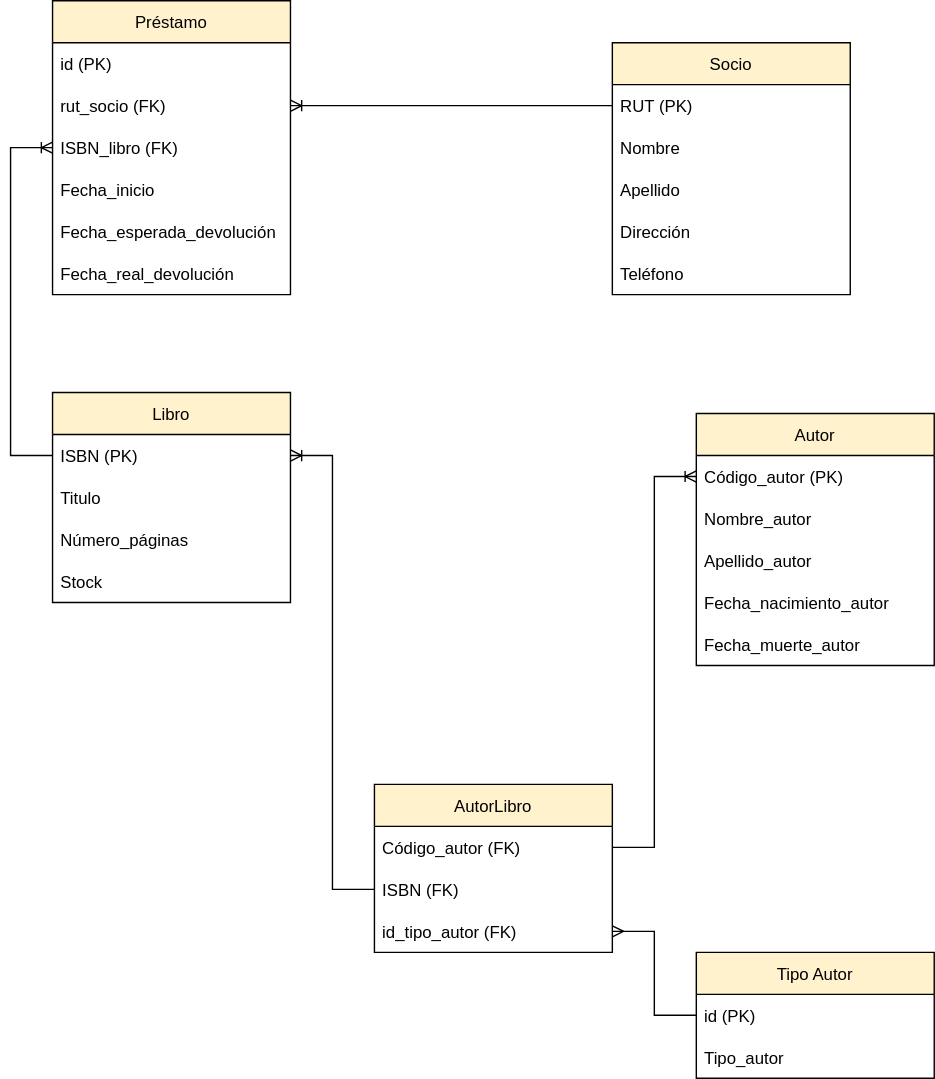
Earlier version of the draw.io export Biblioteca1-2-3.drawio.svg (KarQuis/M5---Prueba). Source tidied: cells renumbered, new cells last; positions are measured from the earlier drawing's top-left corner, leaving out a move shared by most shapes.
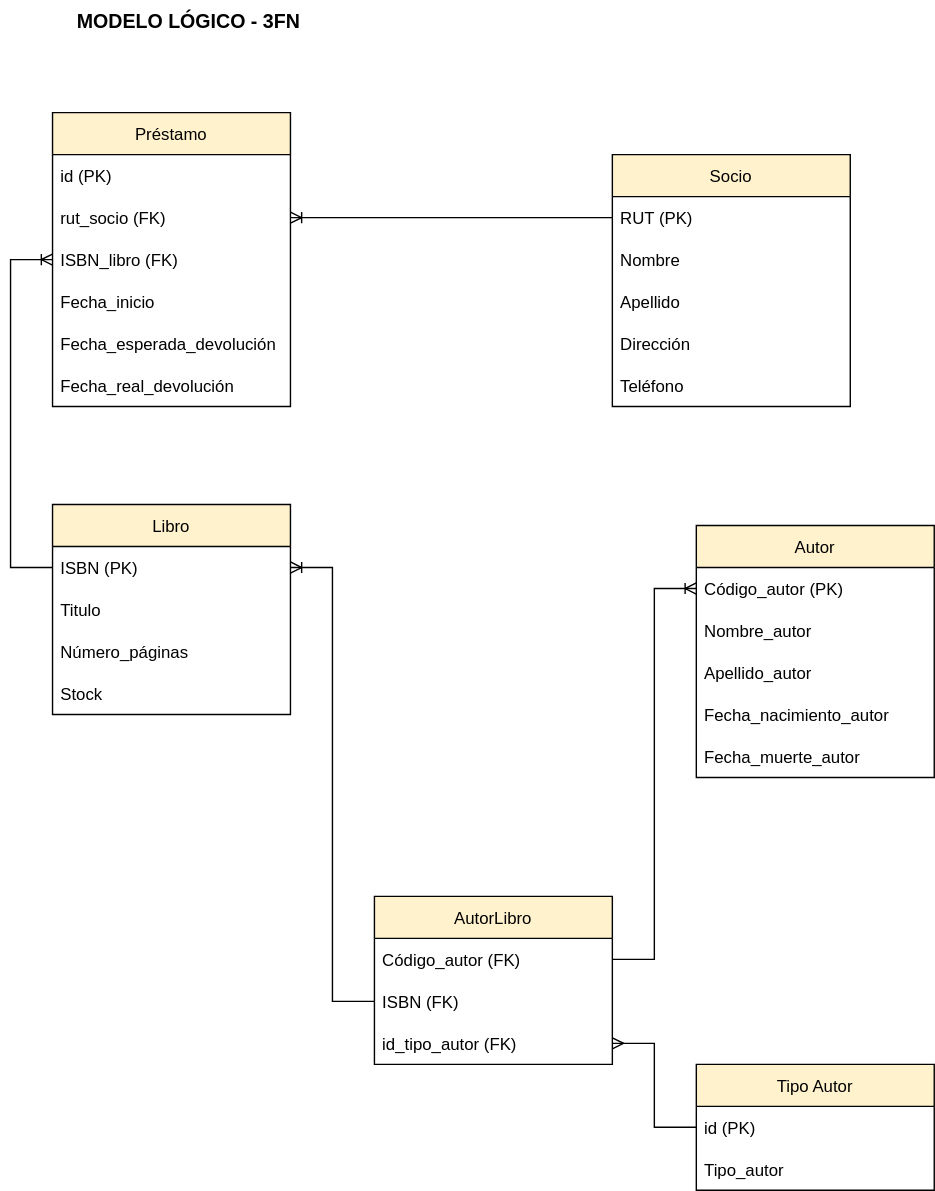
The same diagram one commit later.

Commit message:
Modelo Lógico - 3FN

The edit, as a diff of the source:
```diff
@@ -115,5 +115,8 @@
     <mxCell id="37" style="edgeStyle=entityRelationEdgeStyle;fontSize=12;html=1;endArrow=ERmany;rounded=0;exitX=0;exitY=0.5;exitDx=0;exitDy=0;entryX=1;entryY=0.5;entryDx=0;entryDy=0;" parent="1" edge="1" source="34" target="31">
       <mxGeometry relative="1" as="geometry" />
     </mxCell>
+    <mxCell id="38" value="&lt;b&gt;&lt;font style=&quot;font-size: 14px&quot;&gt;MODELO LÓGICO - 3FN&lt;/font&gt;&lt;/b&gt;" style="text;html=1;strokeColor=none;fillColor=none;align=center;verticalAlign=middle;whiteSpace=wrap;rounded=0;" parent="1" vertex="1">
+      <mxGeometry x="30" y="-80" width="195" height="30" as="geometry" />
+    </mxCell>
   </root>
 </mxGraphModel>
```
